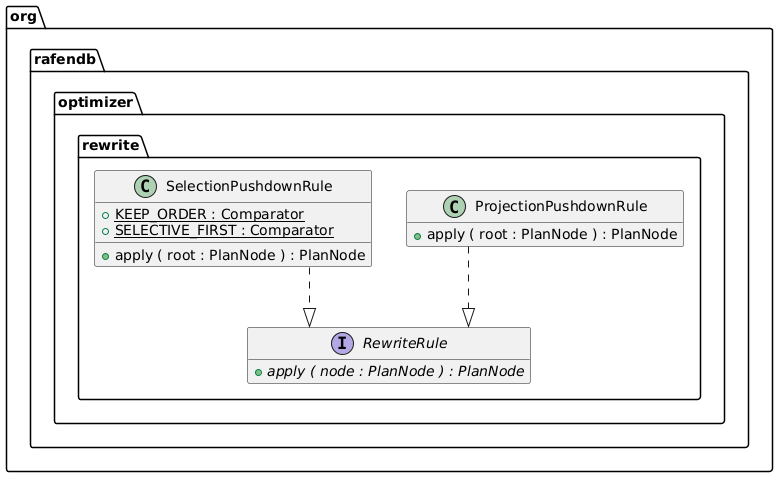
Above: docs/generated/optimizer/optimizer-rewrite.png in m-akma1/rafendb (PlantUML), before the change. Its source is kept beside it as docs/generated/optimizer/optimizer-rewrite.puml. The source it was exported from:
```plantuml
@startuml

set namespaceSeparator .
hide empty members
skinparam linetype ortho


class org.rafendb.optimizer.rewrite.ProjectionPushdownRule {
	{method} +apply ( root : PlanNode ) : PlanNode
}


interface org.rafendb.optimizer.rewrite.RewriteRule {
	{method}  {abstract} +apply ( node : PlanNode ) : PlanNode
}


class org.rafendb.optimizer.rewrite.SelectionPushdownRule {
	{field} {static} +KEEP_ORDER : Comparator
	{field} {static} +SELECTIVE_FIRST : Comparator
	{method} +apply ( root : PlanNode ) : PlanNode
}




org.rafendb.optimizer.rewrite.ProjectionPushdownRule ..|>  org.rafendb.optimizer.rewrite.RewriteRule
org.rafendb.optimizer.rewrite.SelectionPushdownRule ..|>  org.rafendb.optimizer.rewrite.RewriteRule


@enduml
```
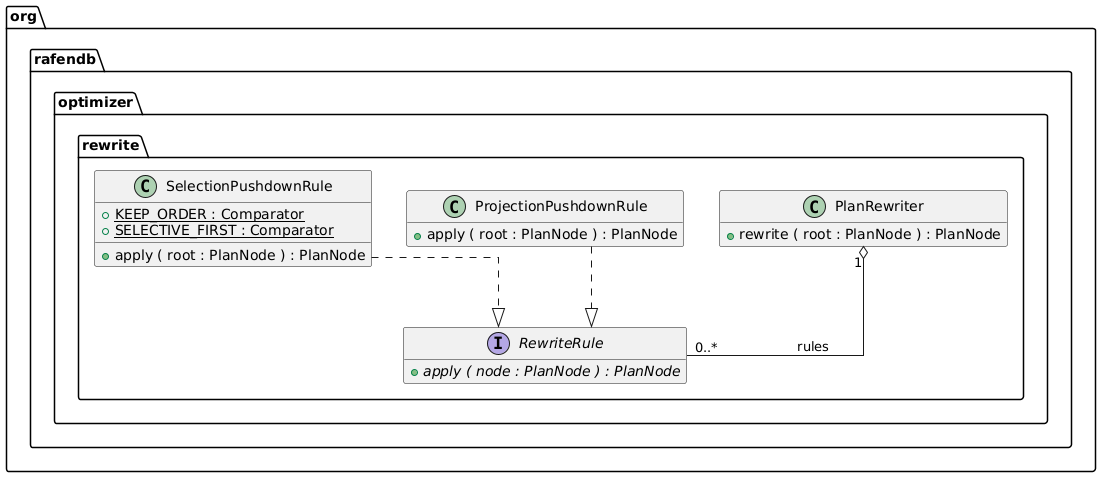
The same diagram one commit later.

Diff of the diagram source:
```diff
@@ -3,6 +3,11 @@
 set namespaceSeparator .
 hide empty members
 skinparam linetype ortho
+
+
+class org.rafendb.optimizer.rewrite.PlanRewriter {
+	{method} +rewrite ( root : PlanNode ) : PlanNode
+}
 
 
 class org.rafendb.optimizer.rewrite.ProjectionPushdownRule {
@@ -24,6 +29,7 @@
 
 
 
+org.rafendb.optimizer.rewrite.PlanRewriter "1" o-- "0..*"  org.rafendb.optimizer.rewrite.RewriteRule : rules
 org.rafendb.optimizer.rewrite.ProjectionPushdownRule ..|>  org.rafendb.optimizer.rewrite.RewriteRule
 org.rafendb.optimizer.rewrite.SelectionPushdownRule ..|>  org.rafendb.optimizer.rewrite.RewriteRule
 
```
